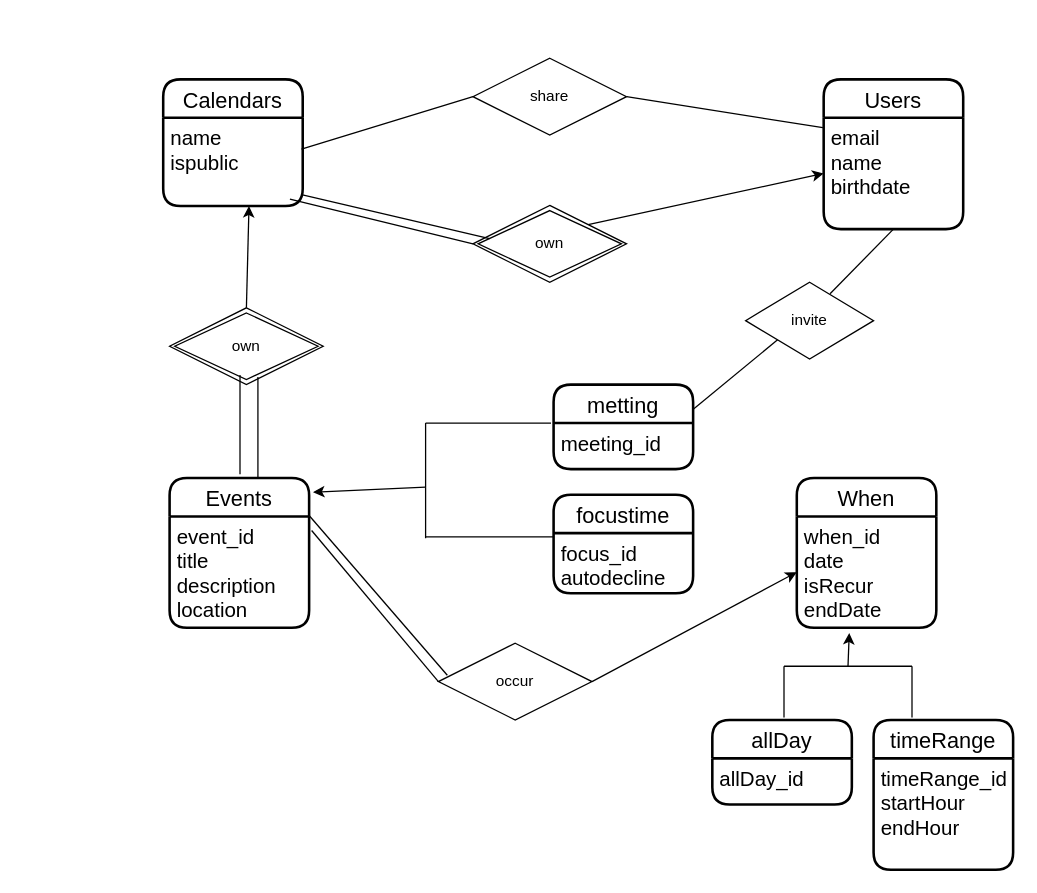
Above: Untitled Diagram.drawio in MarionetteSHF/data_wrangling_i (draw.io), before the change. Source tidied: cells renumbered, new cells numbered last; positions are measured from the earlier drawing's top-left corner, leaving out a move shared by most shapes. Both pictures are drawn from the tidied source at 128%, with x=0, y=0 at pixel (163, 58).
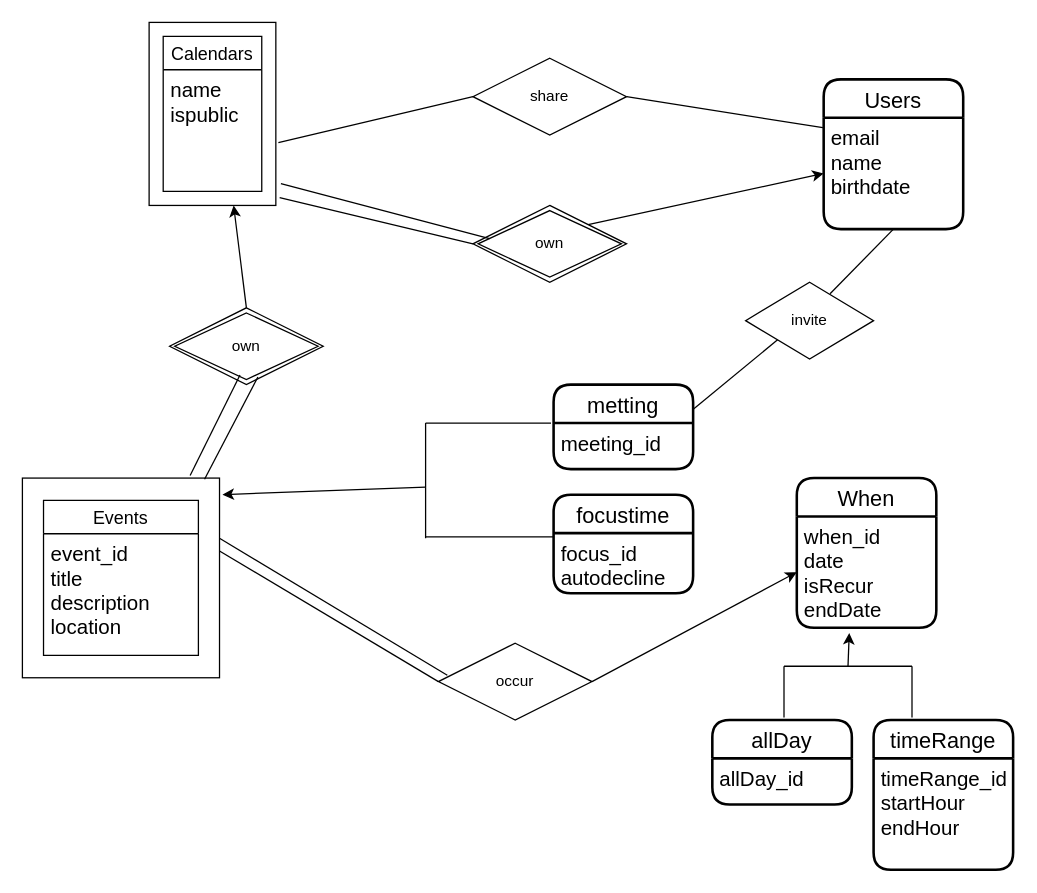
The same page after the edit.

The change refers to these unchanged cells:
```xml
<mxCell id="4" value="own" style="shape=rhombus;double=1;perimeter=rhombusPerimeter;whiteSpace=wrap;html=1;align=center;" parent="1" vertex="1">
  <mxGeometry x="242" y="115" width="120" height="60" as="geometry" />
</mxCell>
<mxCell id="8" value="share" style="shape=rhombus;perimeter=rhombusPerimeter;whiteSpace=wrap;html=1;align=center;" parent="1" vertex="1">
  <mxGeometry x="242" width="120" height="60" as="geometry" />
</mxCell>
<mxCell id="11" value="occur" style="shape=rhombus;perimeter=rhombusPerimeter;whiteSpace=wrap;html=1;align=center;" parent="1" vertex="1">
  <mxGeometry x="215" y="457" width="120" height="60" as="geometry" />
</mxCell>
```

Diff of the diagram source:
```diff
@@
-    <mxCell id="5" style="endArrow=none;html=1;rounded=0;entryX=0;entryY=0.5;entryDx=0;entryDy=0;exitX=0.991;exitY=0.355;exitDx=0;exitDy=0;exitPerimeter=0;" parent="1" edge="1" source="32" target="8">
+    <mxCell id="5" style="endArrow=none;html=1;rounded=0;entryX=0;entryY=0.5;entryDx=0;entryDy=0;exitX=1.02;exitY=0.657;exitDx=0;exitDy=0;exitPerimeter=0;" parent="1" edge="1" source="46" target="8">
       <mxGeometry relative="1" as="geometry" />
     </mxCell>
-    <mxCell id="6" style="endArrow=none;html=1;rounded=0;entryX=0.108;entryY=0.433;entryDx=0;entryDy=0;exitX=0.991;exitY=0.87;exitDx=0;exitDy=0;entryPerimeter=0;exitPerimeter=0;" parent="1" edge="1" source="32" target="4">
+    <mxCell id="6" style="endArrow=none;html=1;rounded=0;entryX=0.108;entryY=0.433;entryDx=0;entryDy=0;exitX=1.04;exitY=0.881;exitDx=0;exitDy=0;entryPerimeter=0;exitPerimeter=0;" parent="1" edge="1" source="46" target="4">
       <mxGeometry relative="1" as="geometry" />
     </mxCell>
-    <mxCell id="7" style="endArrow=none;html=1;rounded=0;entryX=0;entryY=0.5;entryDx=0;entryDy=0;" parent="1" edge="1" target="4">
-      <mxGeometry relative="1" as="geometry">
-        <mxPoint x="99" y="110" as="sourcePoint" />
-      </mxGeometry>
+    <mxCell id="7" style="endArrow=none;html=1;rounded=0;entryX=0;entryY=0.5;entryDx=0;entryDy=0;exitX=1.03;exitY=0.958;exitDx=0;exitDy=0;exitPerimeter=0;" parent="1" edge="1" source="46" target="4">
+      <mxGeometry relative="1" as="geometry" />
     </mxCell>
@@
-    <mxCell id="9" style="endArrow=none;html=1;rounded=0;entryX=0.058;entryY=0.417;entryDx=0;entryDy=0;entryPerimeter=0;exitX=1;exitY=0.25;exitDx=0;exitDy=0;" parent="1" edge="1" source="35" target="11">
+    <mxCell id="9" style="endArrow=none;html=1;rounded=0;entryX=0.058;entryY=0.417;entryDx=0;entryDy=0;entryPerimeter=0;exitX=1;exitY=0.301;exitDx=0;exitDy=0;exitPerimeter=0;" parent="1" edge="1" source="45" target="11">
       <mxGeometry relative="1" as="geometry" />
     </mxCell>
-    <mxCell id="10" style="endArrow=none;html=1;rounded=0;entryX=0;entryY=0.5;entryDx=0;entryDy=0;exitX=1.018;exitY=0.126;exitDx=0;exitDy=0;exitPerimeter=0;" parent="1" edge="1" source="36" target="11">
+    <mxCell id="10" style="endArrow=none;html=1;rounded=0;entryX=0;entryY=0.5;entryDx=0;entryDy=0;exitX=1;exitY=0.365;exitDx=0;exitDy=0;exitPerimeter=0;" parent="1" edge="1" source="45" target="11">
       <mxGeometry relative="1" as="geometry" />
     </mxCell>
@@
-    <mxCell id="25" style="endArrow=none;html=1;rounded=0;" parent="1" edge="1">
+    <mxCell id="25" style="endArrow=none;html=1;rounded=0;entryX=0.924;entryY=0.006;entryDx=0;entryDy=0;entryPerimeter=0;" parent="1" edge="1" target="45">
       <mxGeometry relative="1" as="geometry">
         <mxPoint x="74" y="249" as="sourcePoint" />
-        <mxPoint x="74" y="330" as="targetPoint" />
       </mxGeometry>
     </mxCell>
-    <mxCell id="26" style="endArrow=classic;html=1;rounded=0;entryX=0.615;entryY=1;entryDx=0;entryDy=0;entryPerimeter=0;" parent="1" edge="1" target="32">
+    <mxCell id="26" style="endArrow=classic;html=1;rounded=0;entryX=0.667;entryY=1;entryDx=0;entryDy=0;entryPerimeter=0;" parent="1" edge="1" target="46">
       <mxGeometry relative="1" as="geometry">
         <mxPoint x="65" y="195" as="sourcePoint" />
       </mxGeometry>
     </mxCell>
-    <mxCell id="27" style="endArrow=none;html=1;rounded=0;" parent="1" edge="1">
+    <mxCell id="27" style="endArrow=none;html=1;rounded=0;entryX=0.851;entryY=-0.013;entryDx=0;entryDy=0;entryPerimeter=0;" parent="1" edge="1" target="45">
       <mxGeometry relative="1" as="geometry">
         <mxPoint x="60" y="247.5" as="sourcePoint" />
-        <mxPoint x="60" y="325" as="targetPoint" />
       </mxGeometry>
     </mxCell>
-    <mxCell id="28" style="endArrow=classic;html=1;rounded=0;entryX=1.028;entryY=0.094;entryDx=0;entryDy=0;entryPerimeter=0;" parent="1" edge="1" target="35">
+    <mxCell id="28" style="endArrow=classic;html=1;rounded=0;entryX=1.015;entryY=0.083;entryDx=0;entryDy=0;entryPerimeter=0;" parent="1" edge="1" target="45">
       <mxGeometry relative="1" as="geometry">
         <mxPoint x="205" y="335" as="sourcePoint" />
       </mxGeometry>
     </mxCell>
@@
-    <mxCell id="31" value="Calendars" style="swimlane;horizontal=1;startSize=30;rounded=1;fontSize=17;fontStyle=0;strokeWidth=2;shadow=0;dashed=0;align=center;" parent="1" vertex="1">
-      <mxGeometry y="16.5" width="109" height="99" as="geometry" />
-    </mxCell>
-    <mxCell id="32" value="name&#10;ispublic" style="align=left;strokeColor=none;fillColor=none;spacingLeft=4;fontSize=16;verticalAlign=top;" parent="31" vertex="1">
-      <mxGeometry y="30" width="109" height="69" as="geometry" />
-    </mxCell>
@@
-    <mxCell id="35" value="Events" style="swimlane;horizontal=1;startSize=30;rounded=1;fontSize=17;fontStyle=0;strokeWidth=2;shadow=0;dashed=0;align=center;" parent="1" vertex="1">
-      <mxGeometry x="5" y="328" width="109" height="117" as="geometry" />
-    </mxCell>
-    <mxCell id="36" value="event_id&#10;title&#10;description&#10;location" style="align=left;strokeColor=none;fillColor=none;spacingLeft=4;fontSize=16;verticalAlign=top;" parent="35" vertex="1">
-      <mxGeometry y="30" width="109" height="87" as="geometry" />
-    </mxCell>
@@
+    <mxCell id="35" value="Events" style="swimlane;fontStyle=0;horizontal=1;startSize=26;align=center;fontSize=14;fillColor=none;" parent="1" vertex="1">
+      <mxGeometry x="-93.5" y="345.5" width="121" height="121" as="geometry" />
+    </mxCell>
+    <mxCell id="36" value="event_id&#10;title&#10;description&#10;location" style="text;strokeColor=none;fillColor=none;spacingLeft=4;spacingRight=4;overflow=hidden;points=[[0,0.5],[1,0.5]];portConstraint=eastwest;fontSize=16;" parent="35" vertex="1">
+      <mxGeometry y="26" width="121" height="95" as="geometry" />
+    </mxCell>
+    <mxCell id="45" style="whiteSpace=wrap;html=1;align=center;newEdgeStyle={&quot;edgeStyle&quot;:&quot;elbowEdgeStyle&quot;,&quot;startArrow&quot;:&quot;none&quot;,&quot;endArrow&quot;:&quot;none&quot;};fontSize=16;fillColor=none;" parent="1" vertex="1">
+      <mxGeometry x="-110" y="328" width="154" height="156" as="geometry" />
+    </mxCell>
+    <mxCell id="46" style="whiteSpace=wrap;html=1;align=center;newEdgeStyle={&quot;edgeStyle&quot;:&quot;elbowEdgeStyle&quot;,&quot;startArrow&quot;:&quot;none&quot;,&quot;endArrow&quot;:&quot;none&quot;};fontSize=16;fillColor=none;" parent="1" vertex="1">
+      <mxGeometry x="-11" y="-28" width="99" height="143" as="geometry" />
+    </mxCell>
+    <mxCell id="31" value="Calendars" style="swimlane;fontStyle=0;horizontal=1;startSize=26;align=center;fontSize=14;fillColor=none;" parent="1" vertex="1">
+      <mxGeometry y="-17" width="77" height="121" as="geometry" />
+    </mxCell>
+    <mxCell id="32" value="name&#10;ispublic" style="text;strokeColor=none;fillColor=none;spacingLeft=4;spacingRight=4;overflow=hidden;points=[[0,0.5],[1,0.5]];portConstraint=eastwest;fontSize=16;" parent="31" vertex="1">
+      <mxGeometry y="26" width="77" height="95" as="geometry" />
+    </mxCell>
```
